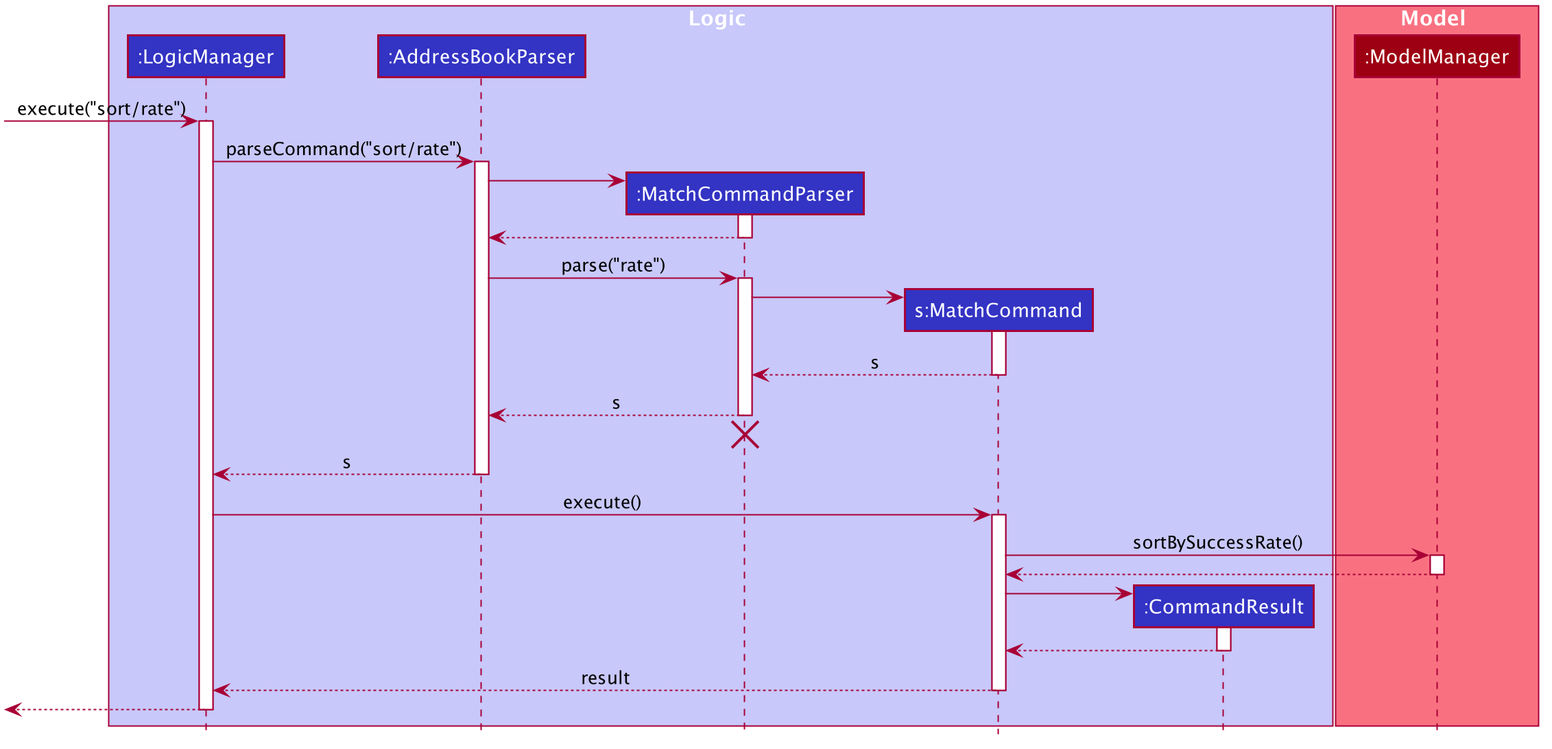
Before: docs/images/SortSequenceDiagram.png, a diagram exported from PlantUML (nus-cs2103-AY1920S1/addressbook-level3).
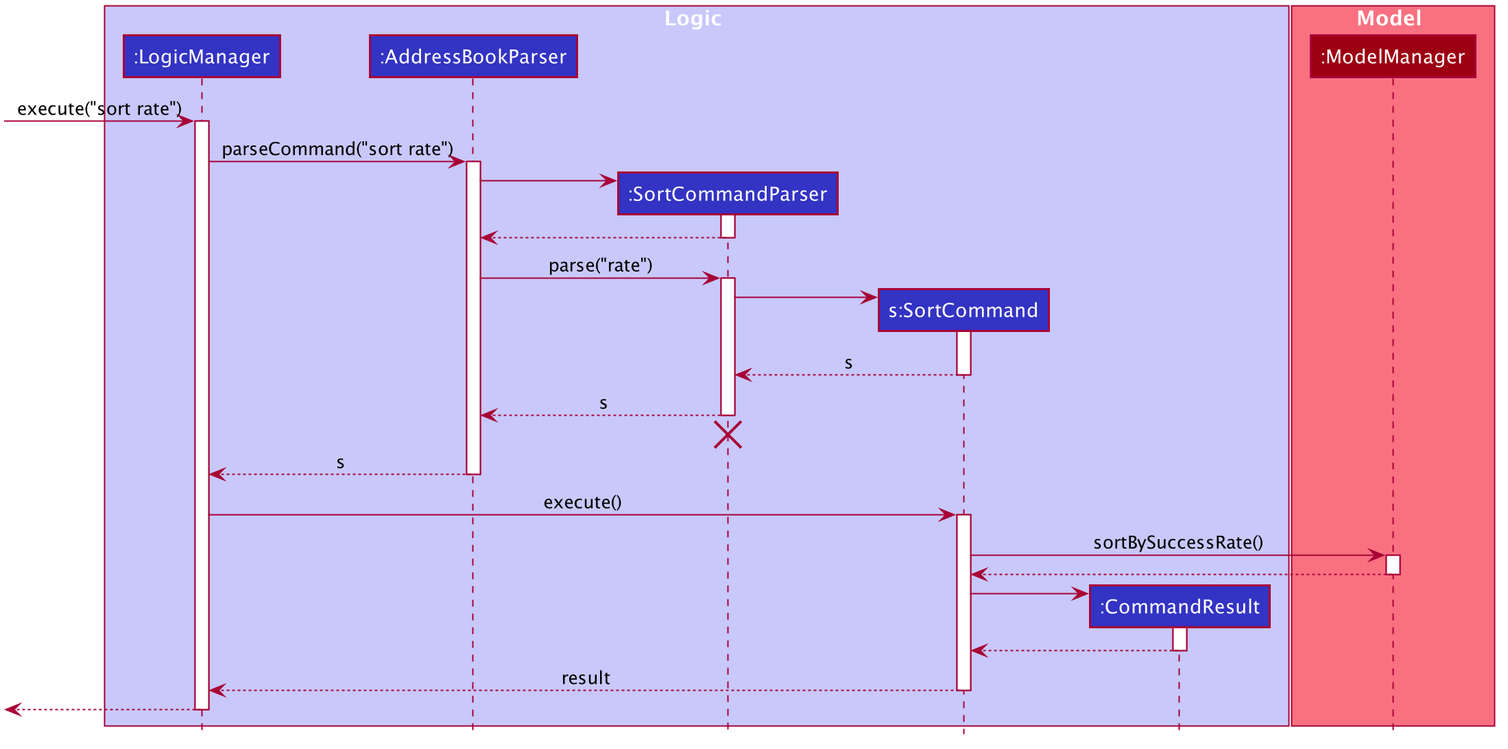
The same diagram one commit later.

What changed in the source:
```diff
@@ -51,8 +51,8 @@
 box Logic #C8C8FA
 participant ":LogicManager" as LogicManager #3333C4
 participant ":AddressBookParser" as AddressBookParser #3333C4
-participant ":MatchCommandParser" as MatchCommandParser #3333C4
-participant "s:MatchCommand" as MatchCommand #3333C4
+participant ":SortCommandParser" as SortCommandParser #3333C4
+participant "s:SortCommand" as SortCommand #3333C4
 participant ":CommandResult" as CommandResult #3333C4
 end box
 
@@ -60,55 +60,55 @@
 participant ":ModelManager" as ModelManager #9D0012
 end box
 
-[-> LogicManager : execute("sort/rate")
+[-> LogicManager : execute("sort rate")
 activate LogicManager
 
-LogicManager -> AddressBookParser : parseCommand("sort/rate")
+LogicManager -> AddressBookParser : parseCommand("sort rate")
 activate AddressBookParser
 
-create MatchCommandParser
-AddressBookParser -> MatchCommandParser
-activate MatchCommandParser
+create SortCommandParser
+AddressBookParser -> SortCommandParser
+activate SortCommandParser
 
-MatchCommandParser --> AddressBookParser
-deactivate MatchCommandParser
+SortCommandParser --> AddressBookParser
+deactivate SortCommandParser
 
-AddressBookParser -> MatchCommandParser : parse("rate")
-activate MatchCommandParser
+AddressBookParser -> SortCommandParser : parse("rate")
+activate SortCommandParser
 
-create MatchCommand
-MatchCommandParser -> MatchCommand
-activate MatchCommand
+create SortCommand
+SortCommandParser -> SortCommand
+activate SortCommand
 
-MatchCommand --> MatchCommandParser : s
-deactivate MatchCommand
+SortCommand --> SortCommandParser : s
+deactivate SortCommand
 
-MatchCommandParser --> AddressBookParser : s
-deactivate MatchCommandParser
-MatchCommandParser -[hidden]-> AddressBookParser
-destroy MatchCommandParser
+SortCommandParser --> AddressBookParser : s
+deactivate SortCommandParser
+SortCommandParser -[hidden]-> AddressBookParser
+destroy SortCommandParser
 
 AddressBookParser --> LogicManager : s
 deactivate AddressBookParser
 
-LogicManager -> MatchCommand : execute()
-activate MatchCommand
+LogicManager -> SortCommand : execute()
+activate SortCommand
 
-MatchCommand -> ModelManager : sortBySuccessRate()
+SortCommand -> ModelManager : sortBySuccessRate()
 activate ModelManager
 
-ModelManager --> MatchCommand
+ModelManager --> SortCommand
 deactivate ModelManager
 
 create CommandResult
-MatchCommand -> CommandResult
+SortCommand -> CommandResult
 activate CommandResult
 
-CommandResult --> MatchCommand
+CommandResult --> SortCommand
 deactivate CommandResult
 
-MatchCommand --> LogicManager : result
-deactivate MatchCommand
+SortCommand --> LogicManager : result
+deactivate SortCommand
 
 [<--LogicManager
 deactivate LogicManager
```
